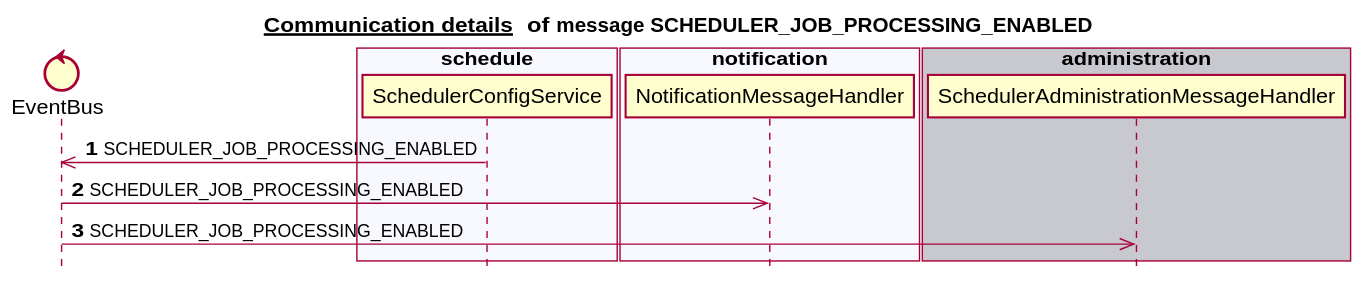
Above: docs/latest/images/gen_domain_messaging_scheduler_job_processing_enabled.svg in mercedes-benz/sechub (PlantUML), before the change.
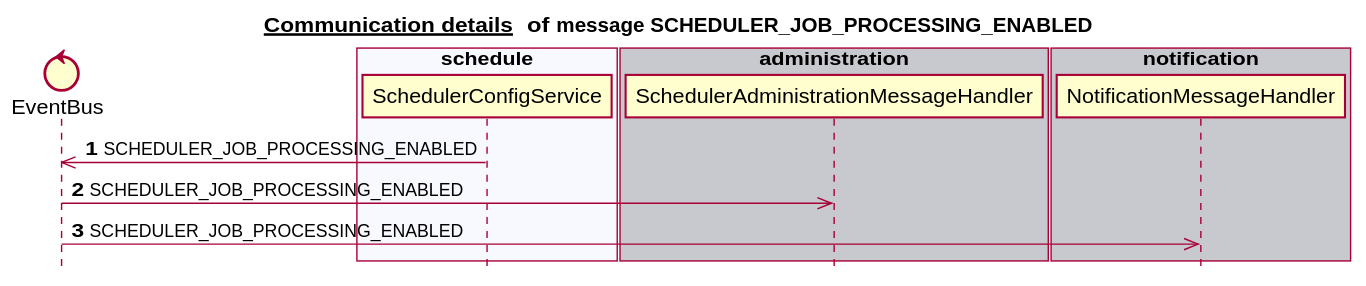
The same diagram one commit later.

What changed in the source:
```diff
@@ -11,18 +11,18 @@
 box "schedule" #F8F8FF
    participant SchedulerConfigService
 end box
-box "authorization" #C8C8CF
-end box
-box "notification" #F8F8FF
-   participant NotificationMessageHandler
-end box
 box "administration" #C8C8CF
    participant SchedulerAdministrationMessageHandler
 end box
+box "authorization" #F8F8FF
+end box
+box "notification" #C8C8CF
+   participant NotificationMessageHandler
+end box
 autonumber 1
 SchedulerConfigService ->> EventBus:SCHEDULER_JOB_PROCESSING_ENABLED
+EventBus ->> SchedulerAdministrationMessageHandler:SCHEDULER_JOB_PROCESSING_ENABLED
 EventBus ->> NotificationMessageHandler:SCHEDULER_JOB_PROCESSING_ENABLED
-EventBus ->> SchedulerAdministrationMessageHandler:SCHEDULER_JOB_PROCESSING_ENABLED
 autonumber stop
 
 
```
